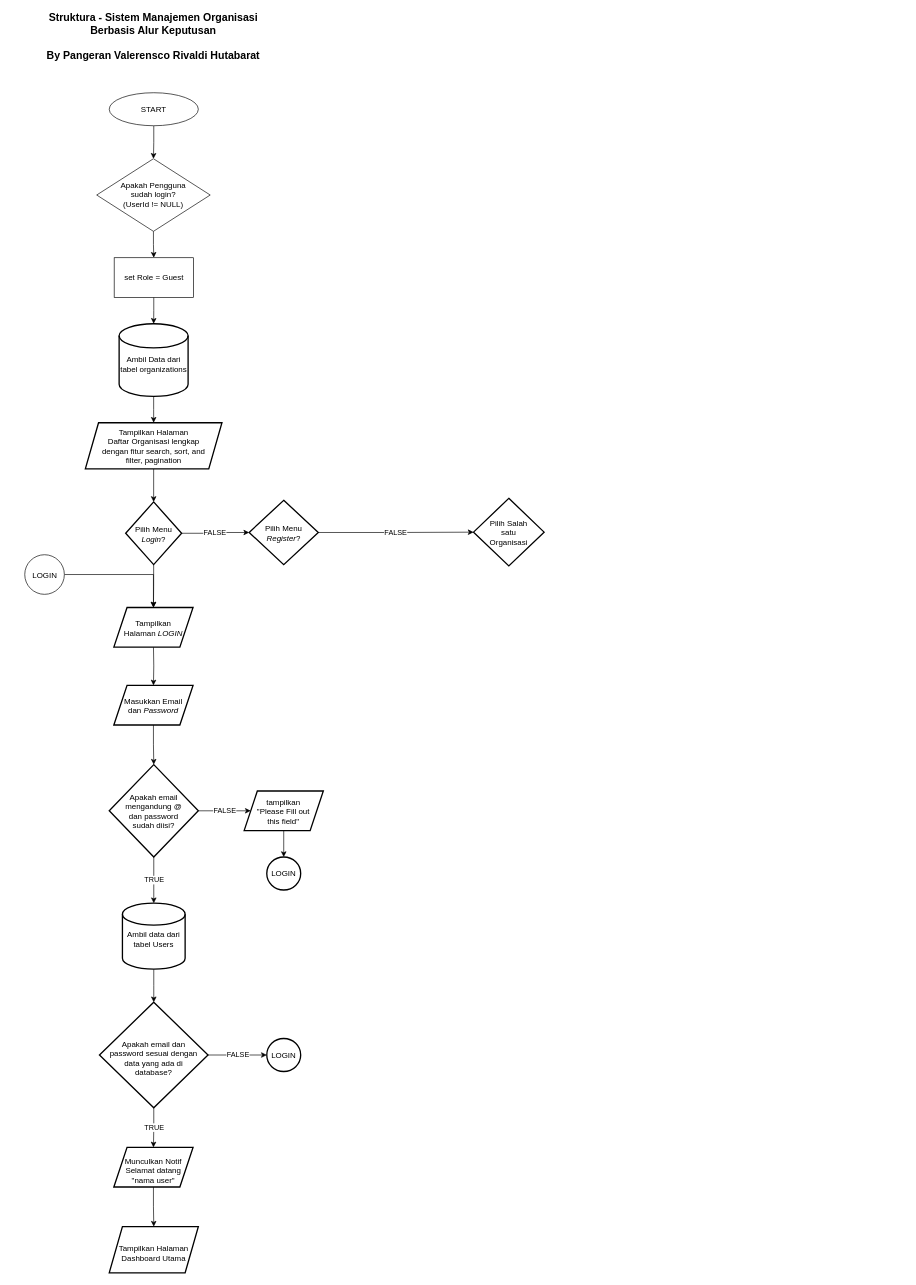
Earlier version of the draw.io diagram page "MAIN" (2 of 11) of struktura.drawio (pangeranvalerensco-maker/STRUKTURA---SISTEM-MANAJEMEN-ORGANISASI-BERBASIS-ALUR-KEPUTUSAN). Source tidied: cells renumbered, new cells numbered last; positions are measured from the earlier drawing's top-left corner, leaving out a move shared by most shapes. Both pictures are drawn from the tidied source at 66%, with x=0, y=0 at pixel (24, 26).
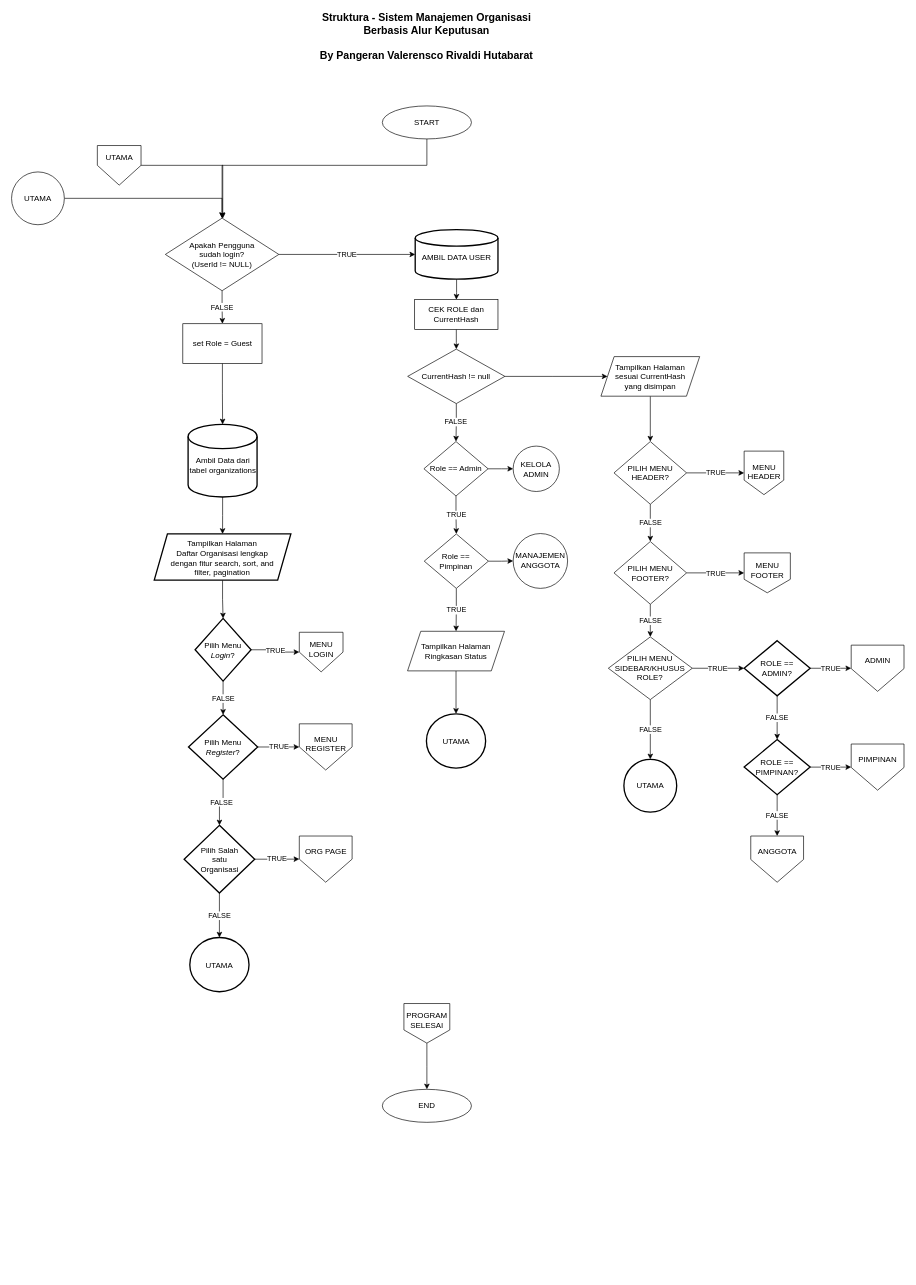
After the change.

Diff of the diagram source:
```diff
@@
     <mxCell id="2" value="&lt;b&gt;&lt;font style=&quot;font-size: 16px;&quot;&gt;Struktura - Sistem Manajemen Organisasi Berbasis Alur Keputusan&lt;br&gt;&lt;br&gt;By Pangeran Valerensco Rivaldi Hutabarat&lt;/font&gt;&lt;/b&gt;" style="text;strokeColor=none;align=center;fillColor=none;html=1;verticalAlign=middle;whiteSpace=wrap;rounded=0;" parent="1" vertex="1">
-      <mxGeometry x="25" width="340" height="30" as="geometry" />
+      <mxGeometry x="439.2" width="340" height="30" as="geometry" />
     </mxCell>
-    <mxCell id="3" style="edgeStyle=orthogonalEdgeStyle;rounded=0;jettySize=auto;html=1;" parent="1" edge="1" source="4" target="6">
-      <mxGeometry relative="1" as="geometry" />
+    <mxCell id="3" style="edgeStyle=orthogonalEdgeStyle;rounded=0;jettySize=auto;html=1;entryX=0.5;entryY=0;entryDx=0;entryDy=0;" parent="1" edge="1" source="4" target="6">
+      <mxGeometry relative="1" as="geometry">
+        <Array as="points">
+          <mxPoint x="609" y="210" />
+          <mxPoint x="299" y="210" />
+        </Array>
+      </mxGeometry>
     </mxCell>
     <mxCell id="4" value="START" style="ellipse;whiteSpace=wrap;html=1;" parent="1" vertex="1">
-      <mxGeometry x="128" y="100" width="135" height="50" as="geometry" />
+      <mxGeometry x="541.8" y="120" width="135" height="50" as="geometry" />
     </mxCell>
-    <mxCell id="5" style="edgeStyle=orthogonalEdgeStyle;rounded=0;jettySize=auto;html=1;" parent="1" edge="1" source="6" target="12">
+    <mxCell id="5" value="FALSE" style="edgeStyle=orthogonalEdgeStyle;rounded=0;jettySize=auto;html=1;entryX=0.5;entryY=0;entryDx=0;entryDy=0;" parent="1" edge="1" source="6" target="12">
       <mxGeometry relative="1" as="geometry" />
     </mxCell>
+    <mxCell id="40" value="TRUE" style="edgeStyle=orthogonalEdgeStyle;rounded=0;jettySize=auto;html=1;" parent="1" edge="1" source="6" target="73">
+      <mxGeometry relative="1" as="geometry" />
+    </mxCell>
     <mxCell id="6" value="Apakah Pengguna&lt;div&gt;sudah&amp;nbsp;&lt;span style=&quot;background-color: transparent; color: light-dark(rgb(0, 0, 0), rgb(255, 255, 255));&quot;&gt;login?&lt;/span&gt;&lt;/div&gt;&lt;div&gt;&lt;span style=&quot;background-color: transparent; color: light-dark(rgb(0, 0, 0), rgb(255, 255, 255));&quot;&gt;(UserId != NULL)&lt;/span&gt;&lt;/div&gt;" style="rhombus;whiteSpace=wrap;html=1;" parent="1" vertex="1">
-      <mxGeometry x="109" y="200" width="172" height="110" as="geometry" />
+      <mxGeometry x="213" y="290" width="172" height="110" as="geometry" />
     </mxCell>
@@
     <mxCell id="8" value="Ambil Data dari tabel organizations" style="strokeWidth=2;html=1;shape=mxgraph.flowchart.database;whiteSpace=wrap;spacingTop=12;" parent="1" vertex="1">
-      <mxGeometry x="143" y="450" width="104.5" height="110" as="geometry" />
+      <mxGeometry x="247.5" y="602.5" width="104.5" height="110" as="geometry" />
     </mxCell>
@@
     <mxCell id="10" value="Tampilkan Halaman&lt;br&gt;Daftar Organisasi lengkap dengan fitur search, sort, and filter, pagination" style="shape=parallelogram;perimeter=parallelogramPerimeter;fixedSize=1;strokeWidth=2;spacingTop=2;html=1;convertToSvg=0;whiteSpace=wrap;spacing=15;" parent="1" vertex="1">
-      <mxGeometry x="91.8" y="600" width="207" height="70" as="geometry" />
+      <mxGeometry x="196.2" y="768.5" width="207" height="70" as="geometry" />
     </mxCell>
@@
     <mxCell id="12" value="set Role = Guest" style="whiteSpace=wrap;html=1;" parent="1" vertex="1">
-      <mxGeometry x="135.5" y="350" width="120" height="60" as="geometry" />
+      <mxGeometry x="239.5" y="450" width="120" height="60" as="geometry" />
     </mxCell>
@@
-    <mxCell id="14" style="edgeStyle=orthogonalEdgeStyle;rounded=0;jettySize=auto;html=1;" parent="1" edge="1" source="15" target="20">
-      <mxGeometry relative="1" as="geometry" />
-    </mxCell>
+    <mxCell id="41" value="TRUE" style="edgeStyle=orthogonalEdgeStyle;rounded=0;jettySize=auto;html=1;" parent="1" edge="1" source="15" target="48">
+      <mxGeometry relative="1" as="geometry" />
+    </mxCell>
     <mxCell id="15" value="Pilih Menu &lt;i&gt;Login&lt;/i&gt;?" style="rhombus;whiteSpace=wrap;html=1;strokeWidth=2;spacingTop=2;spacing=15;" parent="1" vertex="1">
-      <mxGeometry x="152.9" y="720" width="84.8" height="95" as="geometry" />
+      <mxGeometry x="258.1" y="896.5" width="84.8" height="95" as="geometry" />
     </mxCell>
@@
+    <mxCell id="42" value="TRUE" style="edgeStyle=orthogonalEdgeStyle;rounded=0;jettySize=auto;html=1;" parent="1" edge="1" source="17" target="49">
+      <mxGeometry relative="1" as="geometry" />
+    </mxCell>
     <mxCell id="17" value="Pilih Menu &lt;i&gt;Register&lt;/i&gt;?" style="rhombus;whiteSpace=wrap;html=1;strokeWidth=2;spacingTop=2;spacing=15;" parent="1" vertex="1">
-      <mxGeometry x="340" y="717.5" width="104.8" height="97.5" as="geometry" />
+      <mxGeometry x="248.1" y="1042.5" width="104.8" height="97.5" as="geometry" />
     </mxCell>
+    <mxCell id="43" value="TRUE" style="edgeStyle=orthogonalEdgeStyle;rounded=0;jettySize=auto;html=1;" parent="1" edge="1" source="18" target="52">
+      <mxGeometry relative="1" as="geometry" />
+    </mxCell>
+    <mxCell id="44" value="FALSE" style="edgeStyle=orthogonalEdgeStyle;rounded=0;jettySize=auto;html=1;" parent="1" edge="1" source="18" target="47">
+      <mxGeometry relative="1" as="geometry" />
+    </mxCell>
     <mxCell id="18" value="Pilih Salah satu Organisasi" style="rhombus;whiteSpace=wrap;html=1;strokeWidth=2;spacingTop=2;spacing=15;" parent="1" vertex="1">
-      <mxGeometry x="680" y="714.5" width="106.9" height="102.5" as="geometry" />
+      <mxGeometry x="241.5" y="1210" width="106.9" height="102.5" as="geometry" />
     </mxCell>
-    <mxCell id="19" style="edgeStyle=orthogonalEdgeStyle;rounded=0;jettySize=auto;html=1;" parent="1" edge="1" target="22">
-      <mxGeometry relative="1" as="geometry">
-        <mxPoint x="195" y="938" as="sourcePoint" />
-      </mxGeometry>
-    </mxCell>
-    <mxCell id="20" value="Tampilkan Halaman&amp;nbsp;&lt;i&gt;LOGIN&lt;/i&gt;" style="shape=parallelogram;perimeter=parallelogramPerimeter;whiteSpace=wrap;html=1;fixedSize=1;strokeWidth=2;spacingTop=2;spacing=15;" parent="1" vertex="1">
-      <mxGeometry x="135" y="880" width="120" height="60" as="geometry" />
-    </mxCell>
-    <mxCell id="21" style="edgeStyle=orthogonalEdgeStyle;rounded=0;jettySize=auto;html=1;" parent="1" edge="1" source="22" target="25">
-      <mxGeometry relative="1" as="geometry" />
-    </mxCell>
-    <mxCell id="22" value="Masukkan Email dan &lt;i&gt;Password&lt;/i&gt;" style="shape=parallelogram;perimeter=parallelogramPerimeter;whiteSpace=wrap;html=1;fixedSize=1;strokeWidth=2;spacingTop=2;spacing=15;" parent="1" vertex="1">
-      <mxGeometry x="135" y="998" width="120" height="60" as="geometry" />
-    </mxCell>
-    <mxCell id="23" value="FALSE" style="edgeStyle=orthogonalEdgeStyle;rounded=0;jettySize=auto;html=1;" parent="1" edge="1" source="25" target="27">
-      <mxGeometry relative="1" as="geometry" />
-    </mxCell>
-    <mxCell id="24" value="TRUE" style="edgeStyle=orthogonalEdgeStyle;rounded=0;jettySize=auto;html=1;" parent="1" edge="1" source="25" target="29">
-      <mxGeometry relative="1" as="geometry" />
-    </mxCell>
-    <mxCell id="25" value="Apakah email mengandung @ dan password sudah diisi?" style="rhombus;whiteSpace=wrap;html=1;strokeWidth=2;spacingTop=2;spacing=15;" parent="1" vertex="1">
-      <mxGeometry x="128" y="1118" width="135" height="140" as="geometry" />
-    </mxCell>
-    <mxCell id="26" style="edgeStyle=orthogonalEdgeStyle;rounded=0;jettySize=auto;html=1;" parent="1" edge="1" source="27" target="32">
-      <mxGeometry relative="1" as="geometry" />
-    </mxCell>
-    <mxCell id="27" value="tampilkan &quot;Please Fill out this field&quot;" style="shape=parallelogram;perimeter=parallelogramPerimeter;whiteSpace=wrap;html=1;fixedSize=1;strokeWidth=2;spacingTop=2;spacing=15;" parent="1" vertex="1">
-      <mxGeometry x="332.4" y="1158" width="120" height="60" as="geometry" />
-    </mxCell>
-    <mxCell id="28" style="edgeStyle=orthogonalEdgeStyle;rounded=0;jettySize=auto;html=1;" parent="1" edge="1" source="29" target="35">
-      <mxGeometry relative="1" as="geometry" />
-    </mxCell>
-    <mxCell id="29" value="Ambil data dari tabel Users" style="strokeWidth=2;html=1;shape=mxgraph.flowchart.database;whiteSpace=wrap;spacingTop=9;" parent="1" vertex="1">
-      <mxGeometry x="148" y="1328" width="95" height="100" as="geometry" />
-    </mxCell>
-    <mxCell id="30" style="edgeStyle=orthogonalEdgeStyle;rounded=0;jettySize=auto;html=1;" parent="1" edge="1" source="31" target="20">
-      <mxGeometry relative="1" as="geometry">
-        <Array as="points">
-          <mxPoint x="195" y="830" />
-        </Array>
-      </mxGeometry>
-    </mxCell>
-    <mxCell id="31" value="LOGIN" style="verticalLabelPosition=bottom;verticalAlign=top;html=1;shape=mxgraph.flowchart.on-page_reference;spacing=0;spacingBottom=0;spacingTop=-40;" parent="1" vertex="1">
-      <mxGeometry y="800" width="60" height="60" as="geometry" />
-    </mxCell>
-    <mxCell id="32" value="LOGIN" style="ellipse;whiteSpace=wrap;html=1;strokeWidth=2;spacingTop=2;spacing=15;" parent="1" vertex="1">
-      <mxGeometry x="366.7" y="1258" width="51.4" height="50" as="geometry" />
-    </mxCell>
-    <mxCell id="33" value="TRUE" style="edgeStyle=orthogonalEdgeStyle;rounded=0;jettySize=auto;html=1;" parent="1" edge="1" source="35" target="37">
-      <mxGeometry relative="1" as="geometry" />
-    </mxCell>
-    <mxCell id="34" value="FALSE" style="edgeStyle=orthogonalEdgeStyle;rounded=0;jettySize=auto;html=1;" parent="1" edge="1" source="35" target="39">
-      <mxGeometry relative="1" as="geometry" />
-    </mxCell>
-    <mxCell id="35" value="Apakah email dan password sesuai dengan data yang ada di database?" style="rhombus;whiteSpace=wrap;html=1;strokeWidth=2;spacingTop=9;spacing=15;" parent="1" vertex="1">
-      <mxGeometry x="113.2" y="1478" width="164.5" height="160" as="geometry" />
-    </mxCell>
-    <mxCell id="36" style="edgeStyle=orthogonalEdgeStyle;rounded=0;jettySize=auto;html=1;" parent="1" edge="1" source="37" target="38">
-      <mxGeometry relative="1" as="geometry" />
-    </mxCell>
-    <mxCell id="37" value="Munculkan Notif Selamat datang &quot;nama user&quot;" style="shape=parallelogram;perimeter=parallelogramPerimeter;whiteSpace=wrap;html=1;fixedSize=1;strokeWidth=2;spacingTop=9;spacing=15;" parent="1" vertex="1">
-      <mxGeometry x="135" y="1698" width="120" height="60" as="geometry" />
-    </mxCell>
-    <mxCell id="38" value="Tampilkan Halaman Dashboard Utama" style="shape=parallelogram;perimeter=parallelogramPerimeter;whiteSpace=wrap;html=1;fixedSize=1;strokeWidth=2;spacingTop=9;spacing=15;" parent="1" vertex="1">
-      <mxGeometry x="128" y="1818" width="135" height="70" as="geometry" />
-    </mxCell>
-    <mxCell id="39" value="LOGIN" style="ellipse;whiteSpace=wrap;html=1;strokeWidth=2;spacingTop=2;spacing=15;" parent="1" vertex="1">
-      <mxGeometry x="366.7" y="1533" width="51.4" height="50" as="geometry" />
-    </mxCell>
+    <mxCell id="45" style="edgeStyle=orthogonalEdgeStyle;rounded=0;jettySize=auto;html=1;entryX=0.5;entryY=0;entryDx=0;entryDy=0;" parent="1" edge="1" source="46" target="6">
+      <mxGeometry relative="1" as="geometry" />
+    </mxCell>
+    <mxCell id="46" value="UTAMA" style="ellipse;whiteSpace=wrap;html=1;" parent="1" vertex="1">
+      <mxGeometry x="-20" y="220" width="80" height="80" as="geometry" />
+    </mxCell>
+    <mxCell id="47" value="UTAMA" style="ellipse;whiteSpace=wrap;html=1;strokeWidth=2;spacingTop=2;spacing=15;" parent="1" vertex="1">
+      <mxGeometry x="250.1" y="1380" width="89.7" height="82.2" as="geometry" />
+    </mxCell>
+    <mxCell id="48" value="MENU&lt;br&gt;LOGIN" style="verticalLabelPosition=bottom;verticalAlign=top;html=1;shape=offPageConnector;rounded=0;size=0.5;spacingTop=-55;" parent="1" vertex="1">
+      <mxGeometry x="416" y="917.5" width="66.2" height="60" as="geometry" />
+    </mxCell>
+    <mxCell id="49" value="MENU&lt;br&gt;REGISTER" style="verticalLabelPosition=bottom;verticalAlign=top;html=1;shape=offPageConnector;rounded=0;size=0.5;spacingTop=-60;" parent="1" vertex="1">
+      <mxGeometry x="416" y="1056.2" width="80" height="70" as="geometry" />
+    </mxCell>
+    <mxCell id="50" style="edgeStyle=orthogonalEdgeStyle;rounded=0;jettySize=auto;html=1;" parent="1" edge="1" source="51" target="6">
+      <mxGeometry relative="1" as="geometry">
+        <Array as="points">
+          <mxPoint x="300" y="210" />
+        </Array>
+      </mxGeometry>
+    </mxCell>
+    <mxCell id="51" value="UTAMA" style="verticalLabelPosition=bottom;verticalAlign=top;html=1;shape=offPageConnector;rounded=0;size=0.5;spacingTop=-55;" parent="1" vertex="1">
+      <mxGeometry x="110" y="180" width="66.2" height="60" as="geometry" />
+    </mxCell>
+    <mxCell id="52" value="ORG PAGE" style="verticalLabelPosition=bottom;verticalAlign=top;html=1;shape=offPageConnector;rounded=0;size=0.5;spacingTop=-60;" parent="1" vertex="1">
+      <mxGeometry x="416" y="1226.2" width="80" height="70" as="geometry" />
+    </mxCell>
+    <mxCell id="53" value="FALSE" style="edgeStyle=orthogonalEdgeStyle;rounded=0;jettySize=auto;html=1;" parent="1" edge="1" source="55" target="68">
+      <mxGeometry relative="1" as="geometry" />
+    </mxCell>
+    <mxCell id="54" value="TRUE" style="edgeStyle=orthogonalEdgeStyle;rounded=0;jettySize=auto;html=1;" parent="1" edge="1" source="55" target="94">
+      <mxGeometry relative="1" as="geometry" />
+    </mxCell>
+    <mxCell id="55" value="ROLE == ADMIN?" style="rhombus;whiteSpace=wrap;html=1;strokeWidth=2;spacingTop=0;spacing=15;" parent="1" vertex="1">
+      <mxGeometry x="1090" y="930.2" width="100" height="83.5" as="geometry" />
+    </mxCell>
+    <mxCell id="56" value="UTAMA" style="ellipse;whiteSpace=wrap;html=1;strokeWidth=2;spacingTop=0;spacing=15;" parent="1" vertex="1">
+      <mxGeometry x="907.8" y="1110" width="80" height="80" as="geometry" />
+    </mxCell>
+    <mxCell id="57" value="FALSE" style="edgeStyle=orthogonalEdgeStyle;rounded=0;jettySize=auto;html=1;" parent="1" edge="1" source="59" target="62">
+      <mxGeometry relative="1" as="geometry" />
+    </mxCell>
+    <mxCell id="58" value="TRUE" style="edgeStyle=orthogonalEdgeStyle;rounded=0;jettySize=auto;html=1;" parent="1" edge="1" source="59" target="69">
+      <mxGeometry relative="1" as="geometry" />
+    </mxCell>
+    <mxCell id="59" value="PILIH MENU HEADER?" style="rhombus;whiteSpace=wrap;html=1;" parent="1" vertex="1">
+      <mxGeometry x="892.8" y="628.5" width="110" height="95" as="geometry" />
+    </mxCell>
+    <mxCell id="60" value="FALSE" style="edgeStyle=orthogonalEdgeStyle;rounded=0;jettySize=auto;html=1;" parent="1" edge="1" source="62" target="65">
+      <mxGeometry relative="1" as="geometry" />
+    </mxCell>
+    <mxCell id="61" value="TRUE" style="edgeStyle=orthogonalEdgeStyle;rounded=0;jettySize=auto;html=1;" parent="1" edge="1" source="62" target="74">
+      <mxGeometry relative="1" as="geometry" />
+    </mxCell>
+    <mxCell id="62" value="PILIH MENU FOOTER?" style="rhombus;whiteSpace=wrap;html=1;" parent="1" vertex="1">
+      <mxGeometry x="892.8" y="780" width="110" height="95" as="geometry" />
+    </mxCell>
+    <mxCell id="63" value="TRUE" style="edgeStyle=orthogonalEdgeStyle;rounded=0;jettySize=auto;html=1;" parent="1" edge="1" source="65" target="55">
+      <mxGeometry relative="1" as="geometry" />
+    </mxCell>
+    <mxCell id="64" value="FALSE" style="edgeStyle=orthogonalEdgeStyle;rounded=0;jettySize=auto;html=1;" parent="1" edge="1" source="65" target="56">
+      <mxGeometry relative="1" as="geometry" />
+    </mxCell>
+    <mxCell id="65" value="PILIH MENU SIDEBAR/KHUSUS ROLE?" style="rhombus;whiteSpace=wrap;html=1;" parent="1" vertex="1">
+      <mxGeometry x="884.2" y="924.5" width="127.2" height="95" as="geometry" />
+    </mxCell>
+    <mxCell id="66" value="FALSE" style="edgeStyle=orthogonalEdgeStyle;rounded=0;jettySize=auto;html=1;entryX=0.5;entryY=0;entryDx=0;entryDy=0;" parent="1" edge="1" source="68" target="96">
+      <mxGeometry relative="1" as="geometry" />
+    </mxCell>
+    <mxCell id="67" value="TRUE" style="edgeStyle=orthogonalEdgeStyle;rounded=0;jettySize=auto;html=1;" parent="1" edge="1" source="68" target="95">
+      <mxGeometry relative="1" as="geometry" />
+    </mxCell>
+    <mxCell id="68" value="ROLE == PIMPINAN?" style="rhombus;whiteSpace=wrap;html=1;strokeWidth=2;spacingTop=0;spacing=15;" parent="1" vertex="1">
+      <mxGeometry x="1090" y="1080" width="100" height="83.5" as="geometry" />
+    </mxCell>
+    <mxCell id="69" value="MENU &lt;br&gt;HEADER" style="verticalLabelPosition=bottom;verticalAlign=top;html=1;shape=offPageConnector;rounded=0;size=0.3333333333333333;spacingTop=-55;" parent="1" vertex="1">
+      <mxGeometry x="1090" y="643" width="60" height="66" as="geometry" />
+    </mxCell>
+    <mxCell id="70" style="edgeStyle=orthogonalEdgeStyle;rounded=0;jettySize=auto;html=1;" parent="1" edge="1" source="71" target="77">
+      <mxGeometry relative="1" as="geometry" />
+    </mxCell>
+    <mxCell id="71" value="CEK ROLE dan CurrentHash" style="whiteSpace=wrap;html=1;" parent="1" vertex="1">
+      <mxGeometry x="590.8" y="413.5" width="126.2" height="45" as="geometry" />
+    </mxCell>
+    <mxCell id="72" style="edgeStyle=orthogonalEdgeStyle;rounded=0;jettySize=auto;html=1;" parent="1" edge="1" source="73" target="71">
+      <mxGeometry relative="1" as="geometry" />
+    </mxCell>
+    <mxCell id="73" value="AMBIL DATA USER" style="strokeWidth=2;html=1;shape=mxgraph.flowchart.database;whiteSpace=wrap;spacingTop=10;" parent="1" vertex="1">
+      <mxGeometry x="591.6" y="307.5" width="125.4" height="75" as="geometry" />
+    </mxCell>
+    <mxCell id="74" value="MENU&lt;br&gt;FOOTER" style="verticalLabelPosition=bottom;verticalAlign=top;html=1;shape=offPageConnector;rounded=0;size=0.33884297520661155;spacingTop=-55;" parent="1" vertex="1">
+      <mxGeometry x="1090" y="797.2" width="70" height="60.5" as="geometry" />
+    </mxCell>
+    <mxCell id="75" value="FALSE" style="edgeStyle=orthogonalEdgeStyle;rounded=0;jettySize=auto;html=1;" parent="1" edge="1" source="77" target="82">
+      <mxGeometry relative="1" as="geometry" />
+    </mxCell>
+    <mxCell id="76" style="edgeStyle=orthogonalEdgeStyle;rounded=0;jettySize=auto;html=1;" parent="1" edge="1" source="77" target="79">
+      <mxGeometry relative="1" as="geometry" />
+    </mxCell>
+    <mxCell id="77" value="CurrentHash != null" style="rhombus;whiteSpace=wrap;html=1;" parent="1" vertex="1">
+      <mxGeometry x="580.2" y="488.5" width="147.3" height="82.5" as="geometry" />
+    </mxCell>
+    <mxCell id="78" style="edgeStyle=orthogonalEdgeStyle;rounded=0;jettySize=auto;html=1;" parent="1" edge="1" source="79" target="59">
+      <mxGeometry relative="1" as="geometry" />
+    </mxCell>
+    <mxCell id="79" value="Tampilkan Halaman sesuai CurrentHash yang disimpan" style="shape=parallelogram;perimeter=parallelogramPerimeter;whiteSpace=wrap;html=1;fixedSize=1;spacing=10;" parent="1" vertex="1">
+      <mxGeometry x="873" y="499.8" width="149.6" height="60" as="geometry" />
+    </mxCell>
+    <mxCell id="80" value="TRUE" style="edgeStyle=orthogonalEdgeStyle;rounded=0;jettySize=auto;html=1;" parent="1" edge="1" source="82" target="85">
+      <mxGeometry relative="1" as="geometry" />
+    </mxCell>
+    <mxCell id="81" style="edgeStyle=orthogonalEdgeStyle;rounded=0;jettySize=auto;html=1;" parent="1" edge="1" source="82" target="89">
+      <mxGeometry relative="1" as="geometry" />
+    </mxCell>
+    <mxCell id="82" value="Role == Admin" style="rhombus;whiteSpace=wrap;html=1;" parent="1" vertex="1">
+      <mxGeometry x="604.8" y="628.5" width="97.2" height="82.5" as="geometry" />
+    </mxCell>
+    <mxCell id="83" value="TRUE" style="edgeStyle=orthogonalEdgeStyle;rounded=0;jettySize=auto;html=1;" parent="1" edge="1" source="85" target="87">
+      <mxGeometry relative="1" as="geometry" />
+    </mxCell>
+    <mxCell id="84" style="edgeStyle=orthogonalEdgeStyle;rounded=0;jettySize=auto;html=1;" parent="1" edge="1" source="85" target="90">
+      <mxGeometry relative="1" as="geometry" />
+    </mxCell>
+    <mxCell id="85" value="Role == Pimpinan" style="rhombus;whiteSpace=wrap;html=1;" parent="1" vertex="1">
+      <mxGeometry x="605.3" y="768.5" width="97.2" height="82.5" as="geometry" />
+    </mxCell>
+    <mxCell id="86" style="edgeStyle=orthogonalEdgeStyle;rounded=0;jettySize=auto;html=1;" parent="1" edge="1" source="87" target="88">
+      <mxGeometry relative="1" as="geometry" />
+    </mxCell>
+    <mxCell id="87" value="Tampilkan Halaman Ringkasan Status" style="shape=parallelogram;perimeter=parallelogramPerimeter;whiteSpace=wrap;html=1;fixedSize=1;" parent="1" vertex="1">
+      <mxGeometry x="580" y="916" width="146.9" height="60" as="geometry" />
+    </mxCell>
+    <mxCell id="88" value="UTAMA" style="ellipse;whiteSpace=wrap;html=1;strokeWidth=2;spacingTop=2;spacing=15;" parent="1" vertex="1">
+      <mxGeometry x="608.6" y="1041" width="89.7" height="82.2" as="geometry" />
+    </mxCell>
+    <mxCell id="89" value="KELOLA&lt;br&gt;ADMIN" style="ellipse;whiteSpace=wrap;html=1;" parent="1" vertex="1">
+      <mxGeometry x="740" y="635.4" width="70" height="68.8" as="geometry" />
+    </mxCell>
+    <mxCell id="90" value="MANAJEMEN&lt;br&gt;ANGGOTA" style="ellipse;whiteSpace=wrap;html=1;" parent="1" vertex="1">
+      <mxGeometry x="740" y="767.9" width="82.5" height="83.1" as="geometry" />
+    </mxCell>
+    <mxCell id="91" value="END" style="ellipse;whiteSpace=wrap;html=1;" parent="1" vertex="1">
+      <mxGeometry x="541.8" y="1610" width="135" height="50" as="geometry" />
+    </mxCell>
+    <mxCell id="92" style="edgeStyle=orthogonalEdgeStyle;rounded=0;jettySize=auto;html=1;" parent="1" edge="1" source="93" target="91">
+      <mxGeometry relative="1" as="geometry" />
+    </mxCell>
+    <mxCell id="93" value="PROGRAM&lt;br&gt;SELESAI" style="verticalLabelPosition=bottom;verticalAlign=top;html=1;shape=offPageConnector;rounded=0;size=0.3333333333333333;spacingTop=-55;" parent="1" vertex="1">
+      <mxGeometry x="574.5" y="1480" width="69.5" height="60" as="geometry" />
+    </mxCell>
+    <mxCell id="94" value="ADMIN" style="verticalLabelPosition=bottom;verticalAlign=top;html=1;shape=offPageConnector;rounded=0;size=0.4928571428571429;spacingTop=-60;" parent="1" vertex="1">
+      <mxGeometry x="1252.2" y="937" width="80" height="70" as="geometry" />
+    </mxCell>
+    <mxCell id="95" value="PIMPINAN" style="verticalLabelPosition=bottom;verticalAlign=top;html=1;shape=offPageConnector;rounded=0;size=0.4928571428571429;spacingTop=-60;" parent="1" vertex="1">
+      <mxGeometry x="1252.2" y="1086.8" width="80" height="70" as="geometry" />
+    </mxCell>
+    <mxCell id="96" value="ANGGOTA" style="verticalLabelPosition=bottom;verticalAlign=top;html=1;shape=offPageConnector;rounded=0;size=0.4928571428571429;spacingTop=-60;" parent="1" vertex="1">
+      <mxGeometry x="1100" y="1226.2" width="80" height="70" as="geometry" />
+    </mxCell>
```
